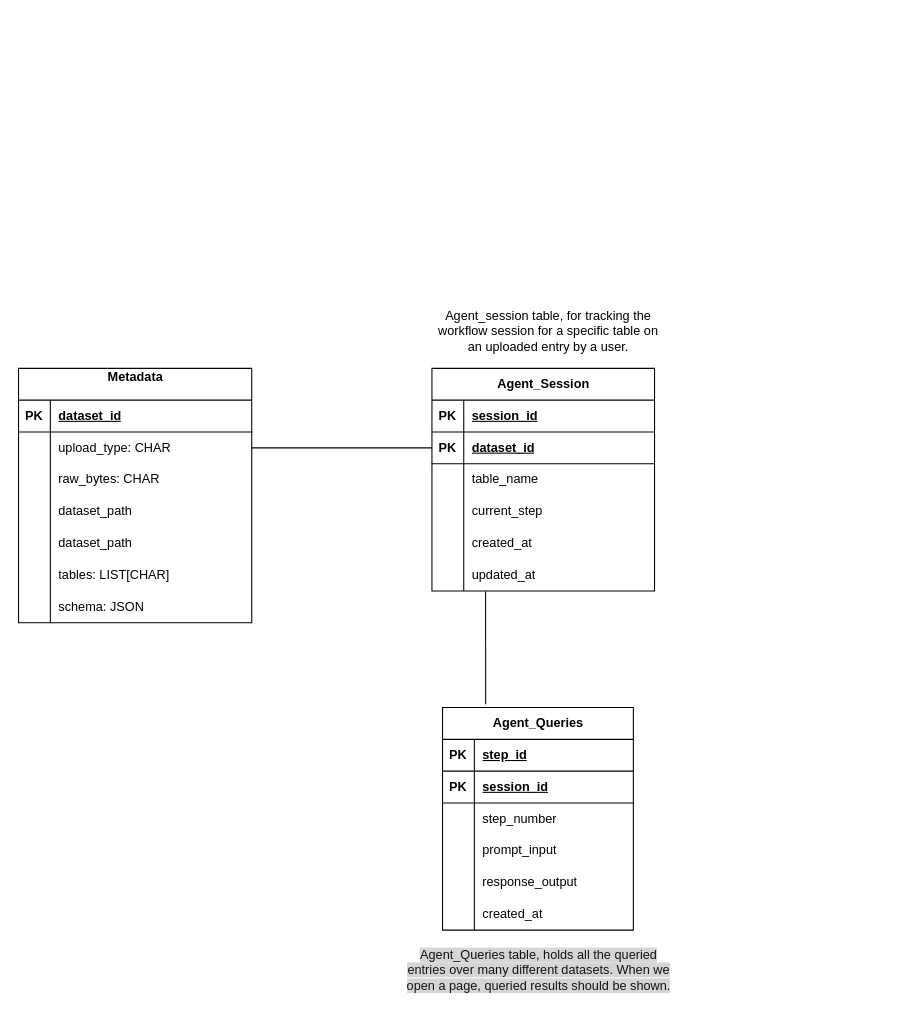
Before: notes/Dataspace Diagram.drawio in DataspaceOrg/DataspaceV1, a draw.io diagram. Source tidied: cells renumbered, new cells numbered last; positions are measured from the earlier drawing's top-left corner, leaving out a move shared by most shapes. Both pictures are drawn from the tidied source at 106%, with x=0, y=0 at pixel (18, 304).
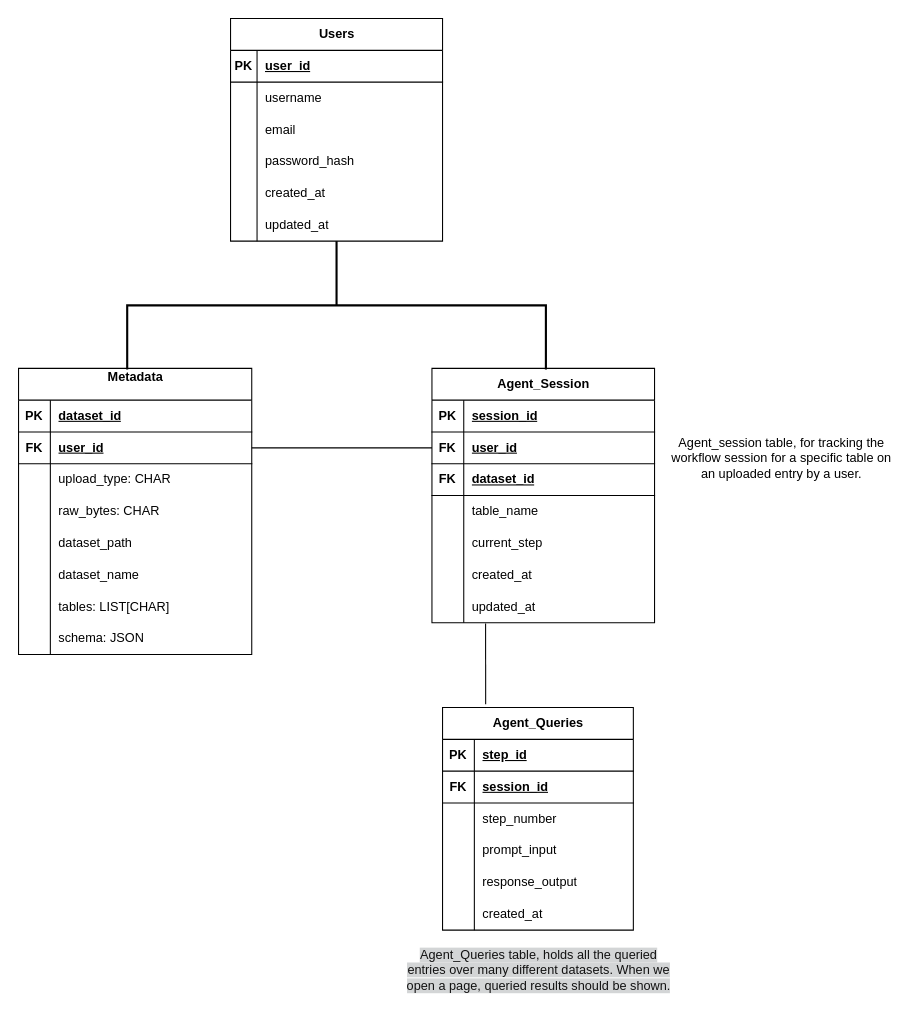
The same page after the edit.

Unchanged cells that the change refers to:
```xml
<mxCell id="48" style="shape=tableRow;horizontal=0;startSize=0;swimlaneHead=0;swimlaneBody=0;fillColor=none;top=0;left=0;right=0;bottom=1;" parent="44" vertex="1">
  <mxGeometry y="60" width="180" height="30" as="geometry" />
</mxCell>
```

What changed in the source:
```diff
@@
     <mxCell id="2" value="Metadata&lt;div&gt;&lt;br&gt;&lt;/div&gt;" style="shape=table;startSize=30;childLayout=tableLayout;rowLines=0;fontStyle=1;align=center;html=1;" parent="1" vertex="1">
-      <mxGeometry y="60" width="220" height="240" as="geometry" />
+      <mxGeometry y="60" width="220" height="270" as="geometry" />
     </mxCell>
+    <mxCell id="66" style="shape=tableRow;horizontal=0;startSize=0;swimlaneHead=0;swimlaneBody=0;fillColor=none;top=0;left=0;right=0;bottom=1;" parent="2" vertex="1">
+      <mxGeometry y="30" width="220" height="30" as="geometry" />
+    </mxCell>
+    <mxCell id="67" value="PK" style="shape=partialRectangle;fillColor=none;top=0;left=0;bottom=0;right=0;fontStyle=1;overflow=hidden;whiteSpace=wrap;html=1;" parent="66" vertex="1">
+      <mxGeometry width="30" height="30" as="geometry" />
+    </mxCell>
+    <mxCell id="68" value="dataset_id" style="shape=partialRectangle;fillColor=none;top=0;left=0;bottom=0;right=0;align=left;spacingLeft=6;fontStyle=5;overflow=hidden;whiteSpace=wrap;html=1;" parent="66" vertex="1">
+      <mxGeometry x="30" width="190" height="30" as="geometry" />
+    </mxCell>
     <mxCell id="3" style="shape=tableRow;horizontal=0;startSize=0;swimlaneHead=0;swimlaneBody=0;fillColor=none;top=0;left=0;right=0;bottom=1;" parent="2" vertex="1">
-      <mxGeometry y="30" width="220" height="30" as="geometry" />
+      <mxGeometry y="60" width="220" height="30" as="geometry" />
     </mxCell>
-    <mxCell id="4" value="PK" style="shape=partialRectangle;fillColor=none;top=0;left=0;bottom=0;right=0;fontStyle=1;overflow=hidden;whiteSpace=wrap;html=1;" parent="3" vertex="1">
+    <mxCell id="4" value="FK" style="shape=partialRectangle;fillColor=none;top=0;left=0;bottom=0;right=0;fontStyle=1;overflow=hidden;whiteSpace=wrap;html=1;" parent="3" vertex="1">
       <mxGeometry width="30" height="30" as="geometry" />
     </mxCell>
-    <mxCell id="5" value="dataset_id" style="shape=partialRectangle;fillColor=none;top=0;left=0;bottom=0;right=0;align=left;spacingLeft=6;fontStyle=5;overflow=hidden;whiteSpace=wrap;html=1;" parent="3" vertex="1">
+    <mxCell id="5" value="user_id" style="shape=partialRectangle;fillColor=none;top=0;left=0;bottom=0;right=0;align=left;spacingLeft=6;fontStyle=5;overflow=hidden;whiteSpace=wrap;html=1;" parent="3" vertex="1">
       <mxGeometry x="30" width="190" height="30" as="geometry" />
     </mxCell>
     <mxCell id="6" style="shape=tableRow;horizontal=0;startSize=0;swimlaneHead=0;swimlaneBody=0;fillColor=none;top=0;left=0;right=0;bottom=0;" parent="2" vertex="1">
-      <mxGeometry y="60" width="220" height="30" as="geometry" />
+      <mxGeometry y="90" width="220" height="30" as="geometry" />
     </mxCell>
@@
     <mxCell id="9" style="shape=tableRow;horizontal=0;startSize=0;swimlaneHead=0;swimlaneBody=0;fillColor=none;top=0;left=0;right=0;bottom=0;" parent="2" vertex="1">
-      <mxGeometry y="90" width="220" height="30" as="geometry" />
+      <mxGeometry y="120" width="220" height="30" as="geometry" />
     </mxCell>
@@
     <mxCell id="12" style="shape=tableRow;horizontal=0;startSize=0;swimlaneHead=0;swimlaneBody=0;fillColor=none;top=0;left=0;right=0;bottom=0;" parent="2" vertex="1">
-      <mxGeometry y="120" width="220" height="30" as="geometry" />
+      <mxGeometry y="150" width="220" height="30" as="geometry" />
     </mxCell>
@@
     <mxCell id="15" style="shape=tableRow;horizontal=0;startSize=0;swimlaneHead=0;swimlaneBody=0;fillColor=none;top=0;left=0;right=0;bottom=0;" parent="2" vertex="1">
-      <mxGeometry y="150" width="220" height="30" as="geometry" />
+      <mxGeometry y="180" width="220" height="30" as="geometry" />
     </mxCell>
@@
-    <mxCell id="17" value="dataset_path" style="shape=partialRectangle;fillColor=none;top=0;left=0;bottom=0;right=0;align=left;spacingLeft=6;overflow=hidden;whiteSpace=wrap;html=1;" parent="15" vertex="1">
+    <mxCell id="17" value="dataset_name" style="shape=partialRectangle;fillColor=none;top=0;left=0;bottom=0;right=0;align=left;spacingLeft=6;overflow=hidden;whiteSpace=wrap;html=1;" parent="15" vertex="1">
       <mxGeometry x="30" width="190" height="30" as="geometry" />
     </mxCell>
     <mxCell id="18" style="shape=tableRow;horizontal=0;startSize=0;swimlaneHead=0;swimlaneBody=0;fillColor=none;top=0;left=0;right=0;bottom=0;" parent="2" vertex="1">
-      <mxGeometry y="180" width="220" height="30" as="geometry" />
+      <mxGeometry y="210" width="220" height="30" as="geometry" />
     </mxCell>
@@
     <mxCell id="21" style="shape=tableRow;horizontal=0;startSize=0;swimlaneHead=0;swimlaneBody=0;fillColor=none;top=0;left=0;right=0;bottom=0;" parent="2" vertex="1">
-      <mxGeometry y="210" width="220" height="30" as="geometry" />
+      <mxGeometry y="240" width="220" height="30" as="geometry" />
     </mxCell>
@@
     <mxCell id="25" value="Agent_Session" style="shape=table;startSize=30;childLayout=tableLayout;rowLines=0;fontStyle=1;align=center;html=1;" parent="1" vertex="1">
-      <mxGeometry x="390" y="60" width="210" height="210" as="geometry" />
+      <mxGeometry x="390" y="60" width="210" height="240" as="geometry" />
     </mxCell>
@@
+    <mxCell id="69" style="shape=tableRow;horizontal=0;startSize=0;swimlaneHead=0;swimlaneBody=0;fillColor=none;top=0;left=0;right=0;bottom=1;" parent="25" vertex="1">
+      <mxGeometry y="60" width="210" height="30" as="geometry" />
+    </mxCell>
+    <mxCell id="70" value="FK" style="shape=partialRectangle;fillColor=none;top=0;left=0;bottom=0;right=0;fontStyle=1;overflow=hidden;whiteSpace=wrap;html=1;" parent="69" vertex="1">
+      <mxGeometry width="30" height="30" as="geometry" />
+    </mxCell>
+    <mxCell id="71" value="user_id" style="shape=partialRectangle;fillColor=none;top=0;left=0;bottom=0;right=0;align=left;spacingLeft=6;fontStyle=5;overflow=hidden;whiteSpace=wrap;html=1;" parent="69" vertex="1">
+      <mxGeometry x="30" width="180" height="30" as="geometry" />
+    </mxCell>
     <mxCell id="29" style="shape=tableRow;horizontal=0;startSize=0;swimlaneHead=0;swimlaneBody=0;fillColor=none;top=0;left=0;right=0;bottom=1;" parent="25" vertex="1">
-      <mxGeometry y="60" width="210" height="30" as="geometry" />
+      <mxGeometry y="90" width="210" height="30" as="geometry" />
     </mxCell>
-    <mxCell id="30" value="PK" style="shape=partialRectangle;fillColor=none;top=0;left=0;bottom=0;right=0;fontStyle=1;overflow=hidden;whiteSpace=wrap;html=1;" parent="29" vertex="1">
+    <mxCell id="30" value="FK" style="shape=partialRectangle;fillColor=none;top=0;left=0;bottom=0;right=0;fontStyle=1;overflow=hidden;whiteSpace=wrap;html=1;" parent="29" vertex="1">
       <mxGeometry width="30" height="30" as="geometry" />
     </mxCell>
@@
     <mxCell id="32" style="shape=tableRow;horizontal=0;startSize=0;swimlaneHead=0;swimlaneBody=0;fillColor=none;top=0;left=0;right=0;bottom=0;" parent="25" vertex="1">
-      <mxGeometry y="90" width="210" height="30" as="geometry" />
+      <mxGeometry y="120" width="210" height="30" as="geometry" />
     </mxCell>
@@
     <mxCell id="35" style="shape=tableRow;horizontal=0;startSize=0;swimlaneHead=0;swimlaneBody=0;fillColor=none;top=0;left=0;right=0;bottom=0;" parent="25" vertex="1">
-      <mxGeometry y="120" width="210" height="30" as="geometry" />
+      <mxGeometry y="150" width="210" height="30" as="geometry" />
     </mxCell>
@@
     <mxCell id="38" style="shape=tableRow;horizontal=0;startSize=0;swimlaneHead=0;swimlaneBody=0;fillColor=none;top=0;left=0;right=0;bottom=0;" parent="25" vertex="1">
-      <mxGeometry y="150" width="210" height="30" as="geometry" />
+      <mxGeometry y="180" width="210" height="30" as="geometry" />
     </mxCell>
@@
     <mxCell id="41" style="shape=tableRow;horizontal=0;startSize=0;swimlaneHead=0;swimlaneBody=0;fillColor=none;points=[[0,0.5],[1,0.5]];portConstraint=eastwest;top=0;left=0;right=0;bottom=0;" parent="25" vertex="1">
-      <mxGeometry y="180" width="210" height="30" as="geometry" />
+      <mxGeometry y="210" width="210" height="30" as="geometry" />
     </mxCell>
@@
-    <mxCell id="49" value="PK" style="shape=partialRectangle;fillColor=none;top=0;left=0;bottom=0;right=0;fontStyle=1;overflow=hidden;whiteSpace=wrap;html=1;" parent="48" vertex="1">
+    <mxCell id="49" value="FK" style="shape=partialRectangle;fillColor=none;top=0;left=0;bottom=0;right=0;fontStyle=1;overflow=hidden;whiteSpace=wrap;html=1;" parent="48" vertex="1">
       <mxGeometry width="30" height="30" as="geometry" />
     </mxCell>
@@
     <mxCell id="63" value="Agent_session table, for tracking the workflow session for a specific table on an uploaded entry by a user." style="text;html=1;strokeColor=none;fillColor=none;align=center;verticalAlign=middle;whiteSpace=wrap;overflow=hidden;" parent="1" vertex="1">
-      <mxGeometry x="390" width="220" height="50" as="geometry" />
+      <mxGeometry x="610" y="120" width="220" height="50" as="geometry" />
     </mxCell>
@@
+    <mxCell id="72" value="Users" style="shape=table;startSize=30;childLayout=tableLayout;rowLines=0;fontStyle=1;align=center;html=1;" parent="1" vertex="1">
+      <mxGeometry x="200" y="-270" width="200" height="210" as="geometry" />
+    </mxCell>
+    <mxCell id="73" style="shape=tableRow;horizontal=0;startSize=0;swimlaneHead=0;swimlaneBody=0;fillColor=none;top=0;left=0;right=0;bottom=1;" parent="72" vertex="1">
+      <mxGeometry y="30" width="200" height="30" as="geometry" />
+    </mxCell>
+    <mxCell id="74" value="PK" style="shape=partialRectangle;fillColor=none;top=0;left=0;bottom=0;right=0;fontStyle=1;overflow=hidden;whiteSpace=wrap;html=1;" parent="73" vertex="1">
+      <mxGeometry width="25" height="30" as="geometry" />
+    </mxCell>
+    <mxCell id="75" value="user_id" style="shape=partialRectangle;fillColor=none;top=0;left=0;bottom=0;right=0;align=left;spacingLeft=6;fontStyle=5;overflow=hidden;whiteSpace=wrap;html=1;" parent="73" vertex="1">
+      <mxGeometry x="25" width="175" height="30" as="geometry" />
+    </mxCell>
+    <mxCell id="76" style="shape=tableRow;horizontal=0;startSize=0;swimlaneHead=0;swimlaneBody=0;fillColor=none;top=0;left=0;right=0;bottom=0;" parent="72" vertex="1">
+      <mxGeometry y="60" width="200" height="30" as="geometry" />
+    </mxCell>
+    <mxCell id="77" style="shape=partialRectangle;fillColor=none;top=0;left=0;bottom=0;right=0;overflow=hidden;whiteSpace=wrap;html=1;" parent="76" vertex="1">
+      <mxGeometry width="25" height="30" as="geometry" />
+    </mxCell>
+    <mxCell id="78" value="username" style="shape=partialRectangle;fillColor=none;top=0;left=0;bottom=0;right=0;align=left;spacingLeft=6;overflow=hidden;whiteSpace=wrap;html=1;" parent="76" vertex="1">
+      <mxGeometry x="25" width="175" height="30" as="geometry" />
+    </mxCell>
+    <mxCell id="79" style="shape=tableRow;horizontal=0;startSize=0;swimlaneHead=0;swimlaneBody=0;fillColor=none;top=0;left=0;right=0;bottom=0;" parent="72" vertex="1">
+      <mxGeometry y="90" width="200" height="30" as="geometry" />
+    </mxCell>
+    <mxCell id="80" style="shape=partialRectangle;fillColor=none;top=0;left=0;bottom=0;right=0;overflow=hidden;whiteSpace=wrap;html=1;" parent="79" vertex="1">
+      <mxGeometry width="25" height="30" as="geometry" />
+    </mxCell>
+    <mxCell id="81" value="email" style="shape=partialRectangle;fillColor=none;top=0;left=0;bottom=0;right=0;align=left;spacingLeft=6;overflow=hidden;whiteSpace=wrap;html=1;" parent="79" vertex="1">
+      <mxGeometry x="25" width="175" height="30" as="geometry" />
+    </mxCell>
+    <mxCell id="82" style="shape=tableRow;horizontal=0;startSize=0;swimlaneHead=0;swimlaneBody=0;fillColor=none;top=0;left=0;right=0;bottom=0;" parent="72" vertex="1">
+      <mxGeometry y="120" width="200" height="30" as="geometry" />
+    </mxCell>
+    <mxCell id="83" style="shape=partialRectangle;fillColor=none;top=0;left=0;bottom=0;right=0;overflow=hidden;whiteSpace=wrap;html=1;" parent="82" vertex="1">
+      <mxGeometry width="25" height="30" as="geometry" />
+    </mxCell>
+    <mxCell id="84" value="password_hash" style="shape=partialRectangle;fillColor=none;top=0;left=0;bottom=0;right=0;align=left;spacingLeft=6;overflow=hidden;whiteSpace=wrap;html=1;" parent="82" vertex="1">
+      <mxGeometry x="25" width="175" height="30" as="geometry" />
+    </mxCell>
+    <mxCell id="85" style="shape=tableRow;horizontal=0;startSize=0;swimlaneHead=0;swimlaneBody=0;fillColor=none;top=0;left=0;right=0;bottom=0;" parent="72" vertex="1">
+      <mxGeometry y="150" width="200" height="30" as="geometry" />
+    </mxCell>
+    <mxCell id="86" style="shape=partialRectangle;fillColor=none;top=0;left=0;bottom=0;right=0;overflow=hidden;whiteSpace=wrap;html=1;" parent="85" vertex="1">
+      <mxGeometry width="25" height="30" as="geometry" />
+    </mxCell>
+    <mxCell id="87" value="created_at" style="shape=partialRectangle;fillColor=none;top=0;left=0;bottom=0;right=0;align=left;spacingLeft=6;overflow=hidden;whiteSpace=wrap;html=1;" parent="85" vertex="1">
+      <mxGeometry x="25" width="175" height="30" as="geometry" />
+    </mxCell>
+    <mxCell id="88" style="shape=tableRow;horizontal=0;startSize=0;swimlaneHead=0;swimlaneBody=0;fillColor=none;top=0;left=0;right=0;bottom=0;" parent="72" vertex="1">
+      <mxGeometry y="180" width="200" height="30" as="geometry" />
+    </mxCell>
+    <mxCell id="89" style="shape=partialRectangle;fillColor=none;top=0;left=0;bottom=0;right=0;overflow=hidden;whiteSpace=wrap;html=1;" parent="88" vertex="1">
+      <mxGeometry width="25" height="30" as="geometry" />
+    </mxCell>
+    <mxCell id="90" value="updated_at" style="shape=partialRectangle;fillColor=none;top=0;left=0;bottom=0;right=0;align=left;spacingLeft=6;overflow=hidden;whiteSpace=wrap;html=1;" parent="88" vertex="1">
+      <mxGeometry x="25" width="175" height="30" as="geometry" />
+    </mxCell>
+    <mxCell id="91" style="strokeWidth=2;html=1;shape=mxgraph.flowchart.annotation_2;align=left;labelPosition=right;rotation=90;" parent="1" vertex="1">
+      <mxGeometry x="239.4" y="-196.9" width="121.2" height="395" as="geometry" />
+    </mxCell>
```
